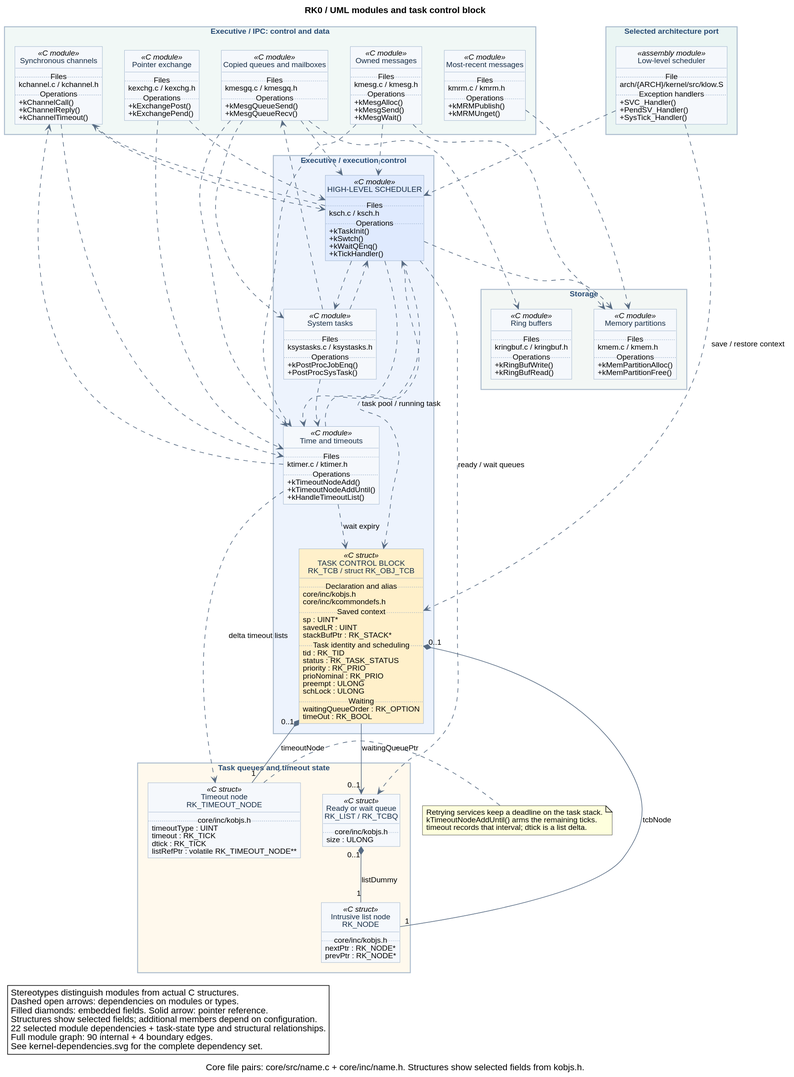
The PlantUML diagram docs/diagrams/kernel-dependencies-uml.svg in antoniogiacomelli/RK0, before a commit.
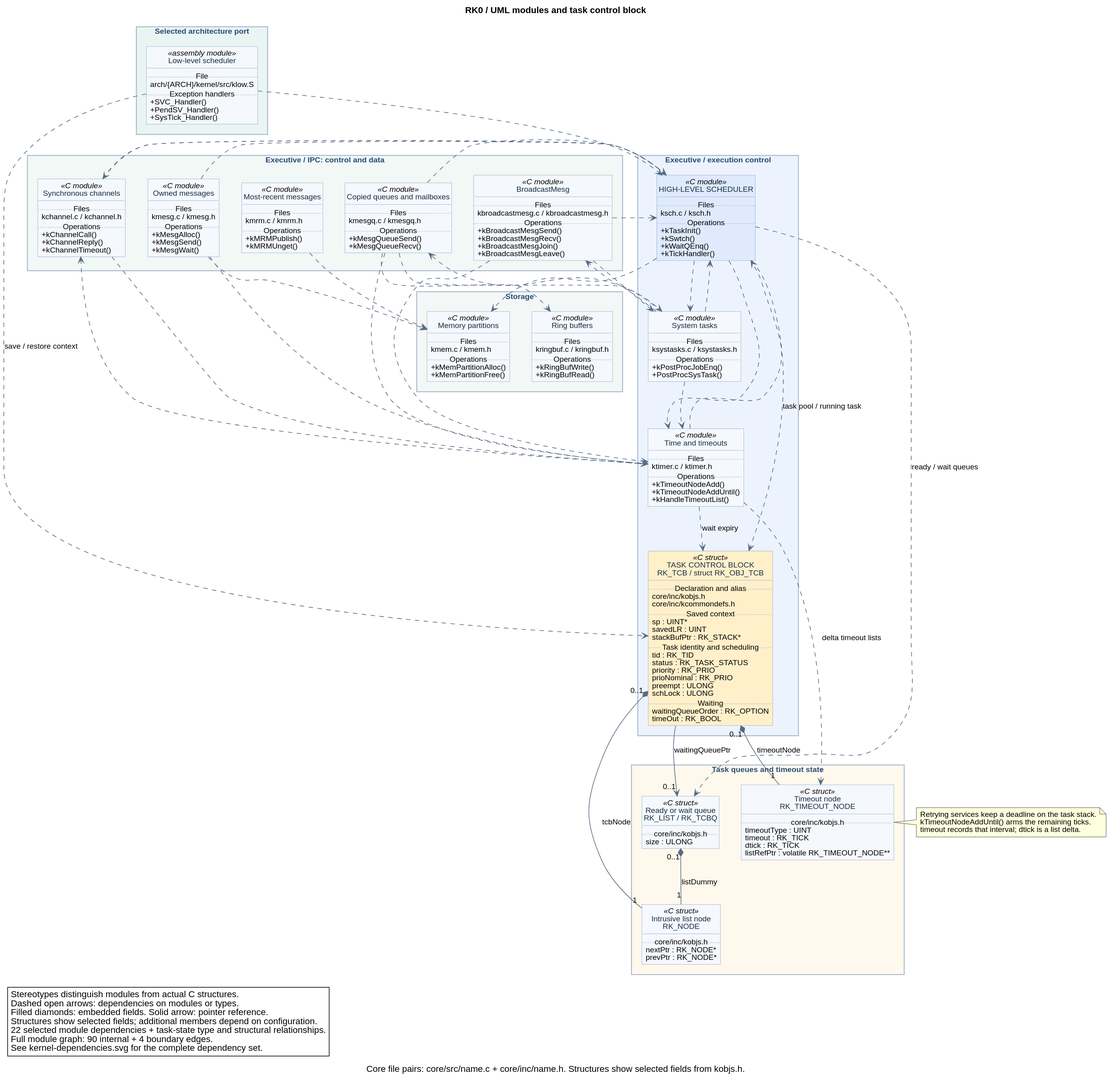
The same diagram one commit later.

What changed in the source:
```diff
@@ -27,12 +27,14 @@
 }
 
 package "Executive / IPC: control and data" #F1F8F6 {
-  class "Pointer exchange" as kexchg <<C module>> {
+  class "BroadcastMesg" as kbroadcastmesg <<C module>> {
     .. Files ..
-    kexchg.c / kexchg.h
+    kbroadcastmesg.c / kbroadcastmesg.h
     .. Operations ..
-    +kExchangePost()
-    +kExchangePend()
+    +kBroadcastMesgSend()
+    +kBroadcastMesgRecv()
+    +kBroadcastMesgJoin()
+    +kBroadcastMesgLeave()
   }
   class "Copied queues and mailboxes" as kmesgq <<C module>> {
     .. Files ..
@@ -165,8 +167,9 @@
   }
 }
 
-kexchg ..> ksch
-kexchg ..> ktimer
+kbroadcastmesg ..> ksch
+kbroadcastmesg ..> ktimer
+kbroadcastmesg ..> ksystasks
 kmesgq ..> ksch
 kmesgq ..> ktimer
 kmesgq ..> ksystasks
@@ -185,6 +188,7 @@
 ktimer ..> kchannel
 ksystasks ..> ksch
 ksystasks ..> ktimer
+ksystasks ..> kbroadcastmesg
 ksystasks ..> kmesgq
 klow ..> ksch
 
```
